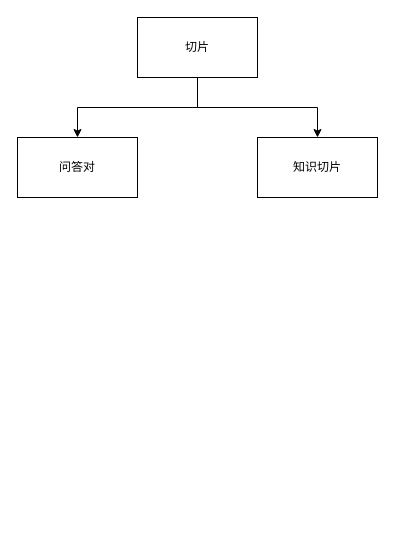
The draw.io diagram 关键词摘要时序图.drawio in archwolf118/AI, before the edit. Source tidied: cells renumbered, new cells numbered last; positions are measured from the earlier drawing's top-left corner, leaving out a move shared by most shapes. Both pictures are drawn from the tidied source at 100%, with x=0, y=0 at pixel (17, 17).
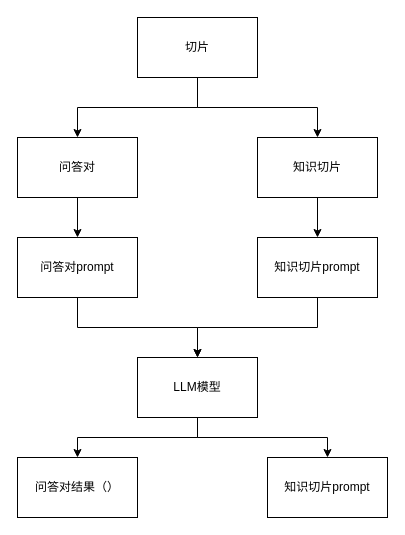
After the change.

Commit message (it also covers changes not shown here):
更新关键词摘要时序图.drawio

Diff of the diagram source:
```diff
@@
 <mxGraphModel>
   <root>
     <mxCell id="0" />
     <mxCell id="1" parent="0" />
     <mxCell id="2" style="edgeStyle=orthogonalEdgeStyle;rounded=0;jettySize=auto;html=1;exitX=0.5;exitY=1;exitDx=0;exitDy=0;entryX=0.5;entryY=0;entryDx=0;entryDy=0;" parent="1" edge="1" source="4" target="5">
       <mxGeometry relative="1" as="geometry" />
     </mxCell>
     <mxCell id="3" style="edgeStyle=orthogonalEdgeStyle;rounded=0;jettySize=auto;html=1;exitX=0.5;exitY=1;exitDx=0;exitDy=0;entryX=0.5;entryY=0;entryDx=0;entryDy=0;" parent="1" edge="1" source="4" target="6">
       <mxGeometry relative="1" as="geometry" />
     </mxCell>
     <mxCell id="4" value="切片" style="rounded=0;whiteSpace=wrap;html=1;" parent="1" vertex="1">
       <mxGeometry x="120" width="120" height="60" as="geometry" />
     </mxCell>
+    <mxCell id="7" style="edgeStyle=orthogonalEdgeStyle;rounded=0;jettySize=auto;html=1;exitX=0.5;exitY=1;exitDx=0;exitDy=0;entryX=0.5;entryY=0;entryDx=0;entryDy=0;" parent="1" edge="1" source="5" target="10">
+      <mxGeometry relative="1" as="geometry" />
+    </mxCell>
     <mxCell id="5" value="问答对" style="rounded=0;whiteSpace=wrap;html=1;" parent="1" vertex="1">
       <mxGeometry y="120" width="120" height="60" as="geometry" />
     </mxCell>
+    <mxCell id="8" style="edgeStyle=orthogonalEdgeStyle;rounded=0;jettySize=auto;html=1;exitX=0.5;exitY=1;exitDx=0;exitDy=0;entryX=0.5;entryY=0;entryDx=0;entryDy=0;" parent="1" edge="1" source="6" target="12">
+      <mxGeometry relative="1" as="geometry" />
+    </mxCell>
     <mxCell id="6" value="知识切片" style="rounded=0;whiteSpace=wrap;html=1;" parent="1" vertex="1">
       <mxGeometry x="240" y="120" width="120" height="60" as="geometry" />
     </mxCell>
+    <mxCell id="9" style="edgeStyle=orthogonalEdgeStyle;rounded=0;jettySize=auto;html=1;exitX=0.5;exitY=1;exitDx=0;exitDy=0;entryX=0.5;entryY=0;entryDx=0;entryDy=0;" parent="1" edge="1" source="10" target="15">
+      <mxGeometry relative="1" as="geometry" />
+    </mxCell>
+    <mxCell id="10" value="问答对prompt" style="rounded=0;whiteSpace=wrap;html=1;" parent="1" vertex="1">
+      <mxGeometry y="220" width="120" height="60" as="geometry" />
+    </mxCell>
+    <mxCell id="11" style="edgeStyle=orthogonalEdgeStyle;rounded=0;jettySize=auto;html=1;exitX=0.5;exitY=1;exitDx=0;exitDy=0;entryX=0.5;entryY=0;entryDx=0;entryDy=0;" parent="1" edge="1" source="12" target="15">
+      <mxGeometry relative="1" as="geometry" />
+    </mxCell>
+    <mxCell id="12" value="知识切片prompt" style="rounded=0;whiteSpace=wrap;html=1;" parent="1" vertex="1">
+      <mxGeometry x="240" y="220" width="120" height="60" as="geometry" />
+    </mxCell>
+    <mxCell id="13" style="edgeStyle=orthogonalEdgeStyle;rounded=0;jettySize=auto;html=1;exitX=0.5;exitY=1;exitDx=0;exitDy=0;entryX=0.5;entryY=0;entryDx=0;entryDy=0;" parent="1" edge="1" source="15" target="16">
+      <mxGeometry relative="1" as="geometry" />
+    </mxCell>
+    <mxCell id="14" style="edgeStyle=orthogonalEdgeStyle;rounded=0;jettySize=auto;html=1;exitX=0.5;exitY=1;exitDx=0;exitDy=0;entryX=0.5;entryY=0;entryDx=0;entryDy=0;" parent="1" edge="1" source="15" target="17">
+      <mxGeometry relative="1" as="geometry" />
+    </mxCell>
+    <mxCell id="15" value="LLM模型" style="rounded=0;whiteSpace=wrap;html=1;" parent="1" vertex="1">
+      <mxGeometry x="120" y="340" width="120" height="60" as="geometry" />
+    </mxCell>
+    <mxCell id="16" value="问答对结果（）" style="rounded=0;whiteSpace=wrap;html=1;" parent="1" vertex="1">
+      <mxGeometry y="440" width="120" height="60" as="geometry" />
+    </mxCell>
+    <mxCell id="17" value="知识切片prompt" style="rounded=0;whiteSpace=wrap;html=1;" parent="1" vertex="1">
+      <mxGeometry x="250" y="440" width="120" height="60" as="geometry" />
+    </mxCell>
   </root>
 </mxGraphModel>
```
